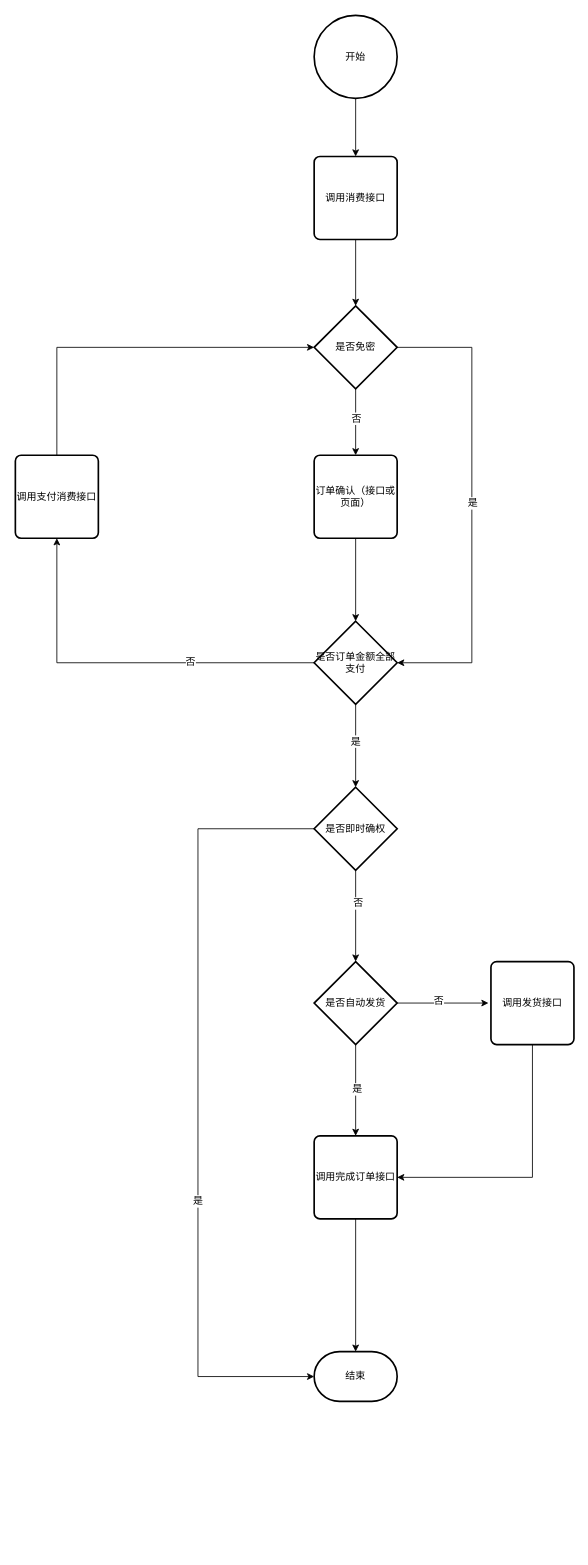
The draw.io diagram design/拉卡拉消费调用流程.drawio in waterStone528/job-lakala, before the edit. Source tidied: cells renumbered, new cells numbered last; positions are measured from the earlier drawing's top-left corner, leaving out a move shared by most shapes. Both pictures are drawn from the tidied source at 83%, with x=0, y=0 at pixel (15, 15).
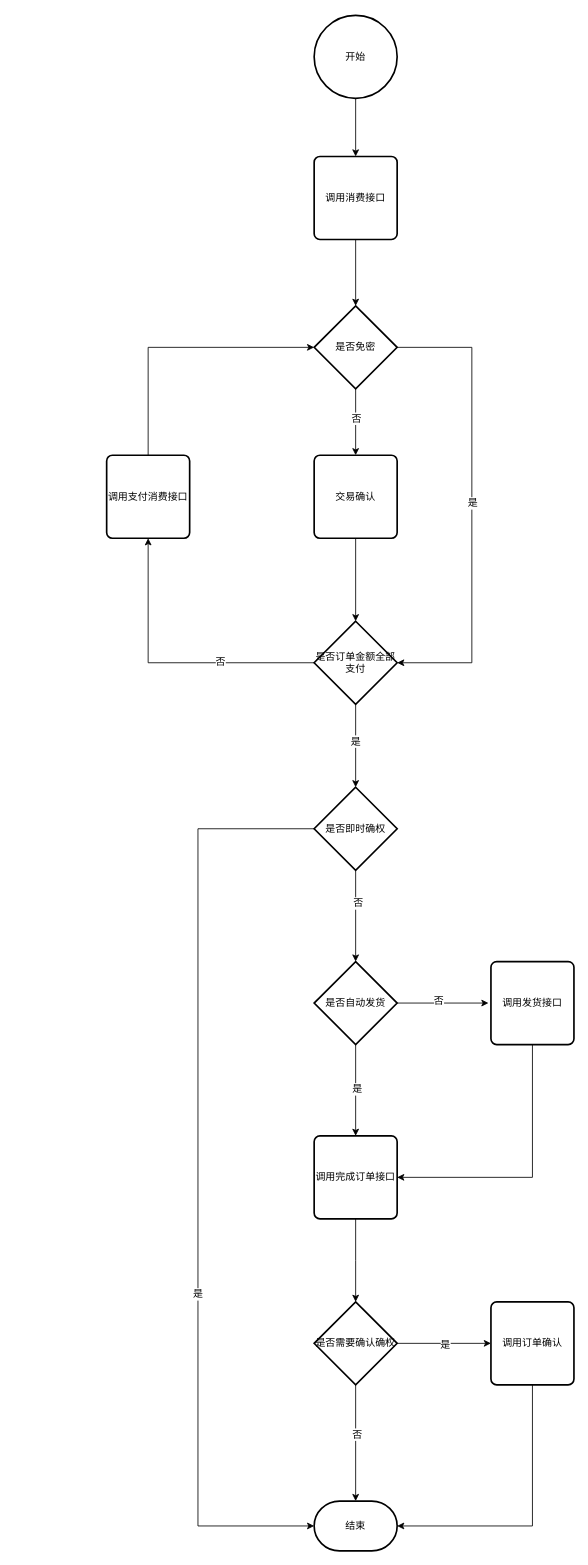
Above is the later version.

Commit message:
Update 拉卡拉消费调用流程.drawio

Unchanged cells that the change refers to:
```xml
<mxCell id="10" value="是否免密" style="strokeWidth=2;html=1;shape=mxgraph.flowchart.decision;whiteSpace=wrap;" parent="1" vertex="1">
  <mxGeometry x="360" y="350" width="100" height="100" as="geometry" />
</mxCell>
<mxCell id="24" value="是否即时确权" style="strokeWidth=2;html=1;shape=mxgraph.flowchart.decision;whiteSpace=wrap;" parent="1" vertex="1">
  <mxGeometry x="360" y="930" width="100" height="100" as="geometry" />
</mxCell>
<mxCell id="33" value="调用完成订单接口" style="rounded=1;whiteSpace=wrap;html=1;absoluteArcSize=1;arcSize=14;strokeWidth=2;" parent="1" vertex="1">
  <mxGeometry x="360" y="1350" width="100" height="100" as="geometry" />
</mxCell>
```

The edit, as a diff of the source:
```diff
@@
-    <mxCell id="12" value="订单确认（接口或页面）" style="rounded=1;whiteSpace=wrap;html=1;absoluteArcSize=1;arcSize=14;strokeWidth=2;" parent="1" vertex="1">
+    <mxCell id="12" value="交易确认" style="rounded=1;whiteSpace=wrap;html=1;absoluteArcSize=1;arcSize=14;strokeWidth=2;" parent="1" vertex="1">
       <mxGeometry x="360" y="530" width="100" height="100" as="geometry" />
     </mxCell>
@@
     <mxCell id="18" style="edgeStyle=orthogonalEdgeStyle;rounded=0;jettySize=auto;html=1;entryX=0;entryY=0.5;entryDx=0;entryDy=0;entryPerimeter=0;exitX=0.5;exitY=0;exitDx=0;exitDy=0;" parent="1" edge="1" source="19" target="10">
       <mxGeometry relative="1" as="geometry">
         <Array as="points">
-          <mxPoint x="50" y="400" />
+          <mxPoint x="160" y="400" />
         </Array>
       </mxGeometry>
     </mxCell>
     <mxCell id="19" value="调用支付消费接口" style="rounded=1;whiteSpace=wrap;html=1;absoluteArcSize=1;arcSize=14;strokeWidth=2;" parent="1" vertex="1">
-      <mxGeometry y="530" width="100" height="100" as="geometry" />
+      <mxGeometry x="110" y="530" width="100" height="100" as="geometry" />
     </mxCell>
@@
     <mxCell id="22" style="edgeStyle=orthogonalEdgeStyle;rounded=0;jettySize=auto;html=1;entryX=0;entryY=0.5;entryDx=0;entryDy=0;entryPerimeter=0;" parent="1" edge="1" source="24" target="34">
       <mxGeometry relative="1" as="geometry">
         <Array as="points">
           <mxPoint x="220" y="980" />
-          <mxPoint x="220" y="1640" />
+          <mxPoint x="220" y="1820" />
         </Array>
       </mxGeometry>
     </mxCell>
@@
-    <mxCell id="32" style="edgeStyle=orthogonalEdgeStyle;rounded=0;jettySize=auto;html=1;entryX=0.5;entryY=0;entryDx=0;entryDy=0;entryPerimeter=0;" parent="1" edge="1" source="33" target="34">
-      <mxGeometry relative="1" as="geometry" />
+    <mxCell id="32" style="edgeStyle=orthogonalEdgeStyle;rounded=0;jettySize=auto;html=1;entryX=0.5;entryY=0;entryDx=0;entryDy=0;" parent="1" edge="1" source="33">
+      <mxGeometry relative="1" as="geometry">
+        <mxPoint x="410" y="1550" as="targetPoint" />
+      </mxGeometry>
     </mxCell>
@@
     <mxCell id="34" value="结束" style="strokeWidth=2;html=1;shape=mxgraph.flowchart.terminator;whiteSpace=wrap;" parent="1" vertex="1">
-      <mxGeometry x="360" y="1610" width="100" height="60" as="geometry" />
+      <mxGeometry x="360" y="1790" width="100" height="60" as="geometry" />
     </mxCell>
+    <mxCell id="35" style="edgeStyle=orthogonalEdgeStyle;rounded=0;jettySize=auto;html=1;entryX=0;entryY=0.5;entryDx=0;entryDy=0;" parent="1" edge="1" source="39" target="41">
+      <mxGeometry relative="1" as="geometry" />
+    </mxCell>
+    <mxCell id="36" value="是" style="text;html=1;align=center;verticalAlign=middle;labelBackgroundColor=#ffffff;" parent="35" vertex="1">
+      <mxGeometry x="0.01" y="-1" relative="1" as="geometry" />
+    </mxCell>
+    <mxCell id="37" style="edgeStyle=orthogonalEdgeStyle;rounded=0;jettySize=auto;html=1;" parent="1" edge="1" source="39" target="34">
+      <mxGeometry relative="1" as="geometry" />
+    </mxCell>
+    <mxCell id="38" value="否" style="text;html=1;align=center;verticalAlign=middle;labelBackgroundColor=#ffffff;" parent="37" vertex="1">
+      <mxGeometry x="-0.16" y="1" relative="1" as="geometry" />
+    </mxCell>
+    <mxCell id="39" value="是否需要确认确权" style="strokeWidth=2;html=1;shape=mxgraph.flowchart.decision;whiteSpace=wrap;" parent="1" vertex="1">
+      <mxGeometry x="360" y="1550" width="100" height="100" as="geometry" />
+    </mxCell>
+    <mxCell id="40" style="edgeStyle=orthogonalEdgeStyle;rounded=0;jettySize=auto;html=1;entryX=1;entryY=0.5;entryDx=0;entryDy=0;entryPerimeter=0;" parent="1" edge="1" source="41" target="34">
+      <mxGeometry relative="1" as="geometry">
+        <Array as="points">
+          <mxPoint x="623" y="1820" />
+        </Array>
+      </mxGeometry>
+    </mxCell>
+    <mxCell id="41" value="调用订单确认" style="rounded=1;whiteSpace=wrap;html=1;absoluteArcSize=1;arcSize=14;strokeWidth=2;" parent="1" vertex="1">
+      <mxGeometry x="573" y="1550" width="100" height="100" as="geometry" />
+    </mxCell>
```
